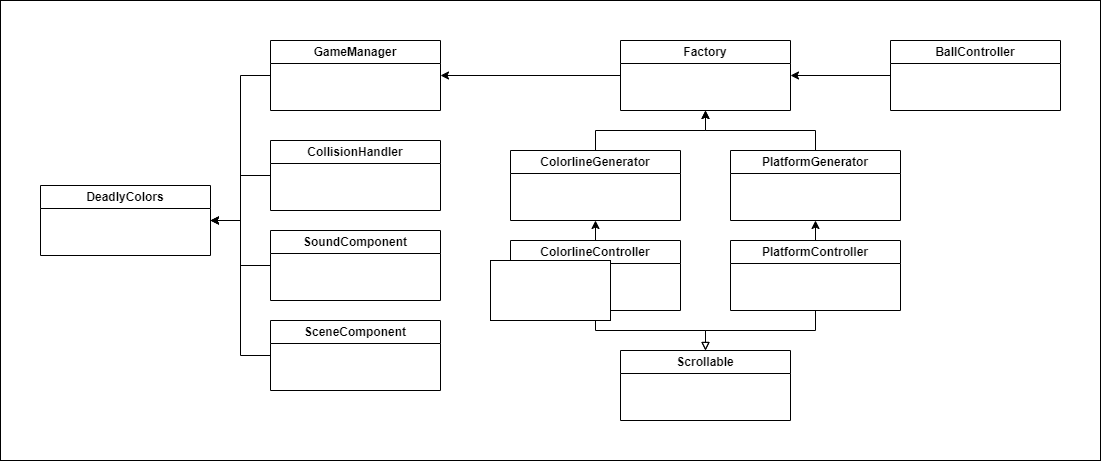
Before: architecture_diagram.png, a diagram exported from draw.io (PetrK-dev/Deadly-colors). Source tidied: cells renumbered, new cells last; positions are measured from the earlier drawing's top-left corner, leaving out a move shared by most shapes. The source it was exported from:
```xml
<mxGraphModel>
  <root>
    <mxCell id="0" />
    <mxCell id="1" parent="0" />
    <mxCell id="2" style="edgeStyle=orthogonalEdgeStyle;rounded=0;jettySize=auto;html=1;exitX=0;exitY=0.5;exitDx=0;exitDy=0;entryX=1;entryY=0.5;entryDx=0;entryDy=0;" parent="1" edge="1" source="3" target="18">
      <mxGeometry relative="1" as="geometry" />
    </mxCell>
    <mxCell id="3" value="Factory" style="swimlane;whiteSpace=wrap;html=1;" parent="1" vertex="1">
      <mxGeometry x="620" y="40" width="170" height="70" as="geometry" />
    </mxCell>
    <mxCell id="4" style="edgeStyle=orthogonalEdgeStyle;rounded=0;jettySize=auto;html=1;exitX=0.5;exitY=0;exitDx=0;exitDy=0;entryX=0.5;entryY=1;entryDx=0;entryDy=0;" parent="1" edge="1" source="5" target="3">
      <mxGeometry relative="1" as="geometry" />
    </mxCell>
    <mxCell id="5" value="PlatformGenerator" style="swimlane;whiteSpace=wrap;html=1;" parent="1" vertex="1">
      <mxGeometry x="730" y="150" width="170" height="70" as="geometry" />
    </mxCell>
    <mxCell id="6" style="edgeStyle=orthogonalEdgeStyle;rounded=0;jettySize=auto;html=1;exitX=0.5;exitY=0;exitDx=0;exitDy=0;entryX=0.5;entryY=1;entryDx=0;entryDy=0;" parent="1" edge="1" source="7" target="3">
      <mxGeometry relative="1" as="geometry" />
    </mxCell>
    <mxCell id="7" value="ColorlineGenerator" style="swimlane;whiteSpace=wrap;html=1;" parent="1" vertex="1">
      <mxGeometry x="510" y="150" width="170" height="70" as="geometry" />
    </mxCell>
    <mxCell id="8" style="edgeStyle=orthogonalEdgeStyle;rounded=0;jettySize=auto;html=1;exitX=0.5;exitY=0;exitDx=0;exitDy=0;entryX=0.5;entryY=1;entryDx=0;entryDy=0;" parent="1" edge="1" source="10" target="5">
      <mxGeometry relative="1" as="geometry" />
    </mxCell>
    <mxCell id="9" style="edgeStyle=orthogonalEdgeStyle;rounded=0;jettySize=auto;html=1;exitX=0.5;exitY=1;exitDx=0;exitDy=0;entryX=0.5;entryY=0;entryDx=0;entryDy=0;endArrow=block;endFill=0;" parent="1" edge="1" source="10" target="16">
      <mxGeometry relative="1" as="geometry" />
    </mxCell>
    <mxCell id="10" value="PlatformController" style="swimlane;whiteSpace=wrap;html=1;" parent="1" vertex="1">
      <mxGeometry x="730" y="240" width="170" height="70" as="geometry" />
    </mxCell>
    <mxCell id="11" style="edgeStyle=orthogonalEdgeStyle;rounded=0;jettySize=auto;html=1;exitX=0.5;exitY=0;exitDx=0;exitDy=0;entryX=0.5;entryY=1;entryDx=0;entryDy=0;" parent="1" edge="1" source="13" target="7">
      <mxGeometry relative="1" as="geometry" />
    </mxCell>
    <mxCell id="12" style="edgeStyle=orthogonalEdgeStyle;rounded=0;jettySize=auto;html=1;exitX=0.5;exitY=1;exitDx=0;exitDy=0;entryX=0.5;entryY=0;entryDx=0;entryDy=0;endArrow=block;endFill=0;" parent="1" edge="1" source="13" target="16">
      <mxGeometry relative="1" as="geometry" />
    </mxCell>
    <mxCell id="13" value="ColorlineController" style="swimlane;whiteSpace=wrap;html=1;" parent="1" vertex="1">
      <mxGeometry x="510" y="240" width="170" height="70" as="geometry" />
    </mxCell>
    <mxCell id="14" style="edgeStyle=orthogonalEdgeStyle;rounded=0;jettySize=auto;html=1;exitX=0;exitY=0.5;exitDx=0;exitDy=0;entryX=1;entryY=0.5;entryDx=0;entryDy=0;" parent="1" edge="1" source="15" target="3">
      <mxGeometry relative="1" as="geometry" />
    </mxCell>
    <mxCell id="15" value="BallController" style="swimlane;whiteSpace=wrap;html=1;" parent="1" vertex="1">
      <mxGeometry x="890" y="40" width="170" height="70" as="geometry" />
    </mxCell>
    <mxCell id="16" value="Scrollable" style="swimlane;whiteSpace=wrap;html=1;" parent="1" vertex="1">
      <mxGeometry x="620" y="350" width="170" height="70" as="geometry" />
    </mxCell>
    <mxCell id="17" style="edgeStyle=orthogonalEdgeStyle;rounded=0;jettySize=auto;html=1;exitX=0;exitY=0.5;exitDx=0;exitDy=0;entryX=1;entryY=0.5;entryDx=0;entryDy=0;" parent="1" edge="1" source="18" target="25">
      <mxGeometry relative="1" as="geometry" />
    </mxCell>
    <mxCell id="18" value="GameManager" style="swimlane;whiteSpace=wrap;html=1;" parent="1" vertex="1">
      <mxGeometry x="270" y="40" width="170" height="70" as="geometry" />
    </mxCell>
    <mxCell id="19" style="edgeStyle=orthogonalEdgeStyle;rounded=0;jettySize=auto;html=1;exitX=0;exitY=0.5;exitDx=0;exitDy=0;entryX=1;entryY=0.5;entryDx=0;entryDy=0;" parent="1" edge="1" source="20" target="25">
      <mxGeometry relative="1" as="geometry" />
    </mxCell>
    <mxCell id="20" value="CollisionHandler" style="swimlane;whiteSpace=wrap;html=1;startSize=23;" parent="1" vertex="1">
      <mxGeometry x="270" y="140" width="170" height="70" as="geometry" />
    </mxCell>
    <mxCell id="21" style="edgeStyle=orthogonalEdgeStyle;rounded=0;jettySize=auto;html=1;exitX=0;exitY=0.5;exitDx=0;exitDy=0;entryX=1;entryY=0.5;entryDx=0;entryDy=0;" parent="1" edge="1" source="22" target="25">
      <mxGeometry relative="1" as="geometry" />
    </mxCell>
    <mxCell id="22" value="SoundComponent" style="swimlane;whiteSpace=wrap;html=1;startSize=23;" parent="1" vertex="1">
      <mxGeometry x="270" y="230" width="170" height="70" as="geometry" />
    </mxCell>
    <mxCell id="23" style="edgeStyle=orthogonalEdgeStyle;rounded=0;jettySize=auto;html=1;exitX=0;exitY=0.5;exitDx=0;exitDy=0;entryX=1;entryY=0.5;entryDx=0;entryDy=0;endArrow=none;endFill=0;" parent="1" edge="1" source="24" target="25">
      <mxGeometry relative="1" as="geometry" />
    </mxCell>
    <mxCell id="24" value="SceneComponent" style="swimlane;whiteSpace=wrap;html=1;startSize=23;" parent="1" vertex="1">
      <mxGeometry x="270" y="320" width="170" height="70" as="geometry" />
    </mxCell>
    <mxCell id="25" value="DeadlyColors" style="swimlane;whiteSpace=wrap;html=1;" parent="1" vertex="1">
      <mxGeometry x="40" y="185" width="170" height="70" as="geometry" />
    </mxCell>
    <mxCell id="26" style="rounded=0;whiteSpace=wrap;html=1;" parent="1" vertex="1">
      <mxGeometry x="490" y="260" width="120" height="60" as="geometry" />
    </mxCell>
    <mxCell id="27" style="rounded=0;whiteSpace=wrap;html=1;fillColor=none;" parent="1" vertex="1">
      <mxGeometry width="1100" height="460" as="geometry" />
    </mxCell>
  </root>
</mxGraphModel>
```
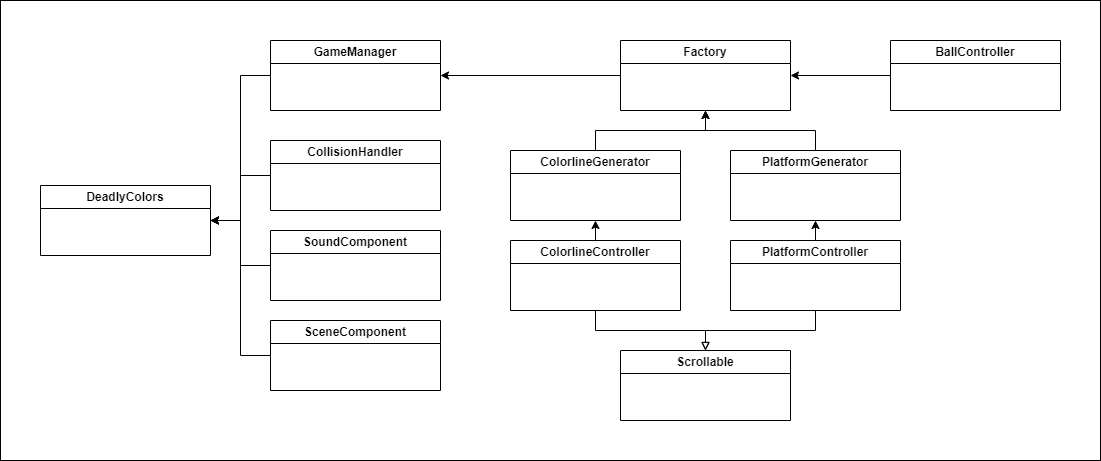
The same diagram one commit later.

Diff of the diagram source:
```diff
@@ -74,11 +74,8 @@
     <mxCell id="25" value="DeadlyColors" style="swimlane;whiteSpace=wrap;html=1;" parent="1" vertex="1">
       <mxGeometry x="40" y="185" width="170" height="70" as="geometry" />
     </mxCell>
-    <mxCell id="26" style="rounded=0;whiteSpace=wrap;html=1;" parent="1" vertex="1">
-      <mxGeometry x="490" y="260" width="120" height="60" as="geometry" />
+    <mxCell id="26" style="rounded=0;whiteSpace=wrap;html=1;fillColor=none;" parent="1" vertex="1">
+      <mxGeometry width="1100" height="460" as="geometry" />
     </mxCell>
-    <mxCell id="27" style="rounded=0;whiteSpace=wrap;html=1;fillColor=none;" parent="1" vertex="1">
-      <mxGeometry width="1100" height="460" as="geometry" />
-    </mxCell>
   </root>
 </mxGraphModel>
```
